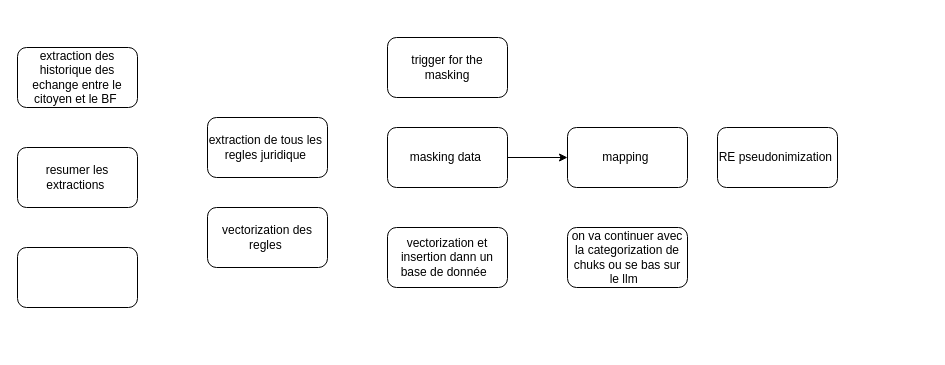
The draw.io diagram flux restante.drawio in sahar389/api_go, before the edit. Source tidied: cells renumbered, new cells numbered last; positions are measured from the earlier drawing's top-left corner, leaving out a move shared by most shapes. Both pictures are drawn from the tidied source at 100%, with x=0, y=0 at pixel (17, 37).
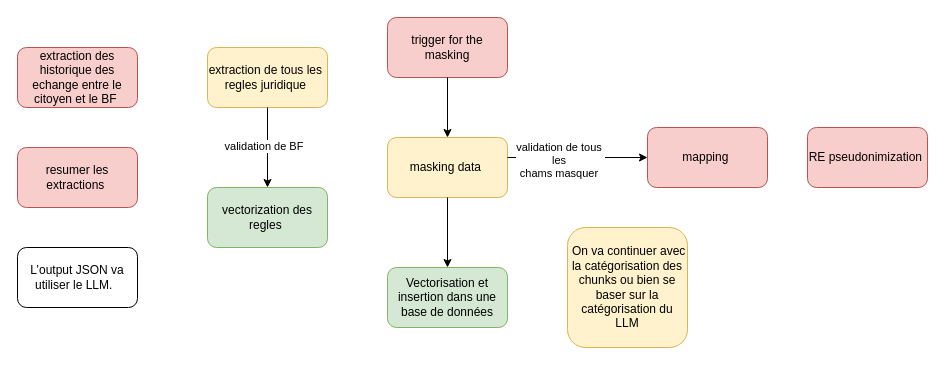
The same diagram, later.

The change refers to these unchanged cells:
```xml
<mxCell id="10" style="endArrow=classic;html=1;rounded=0;entryX=0;entryY=0.5;entryDx=0;entryDy=0;" parent="1" edge="1" target="6">
  <mxGeometry relative="1" as="geometry">
    <mxPoint x="490" y="120" as="sourcePoint" />
  </mxGeometry>
</mxCell>
```

What changed in the source:
```diff
@@
-    <mxCell id="2" value="masking data&amp;nbsp;" style="rounded=1;whiteSpace=wrap;html=1;" parent="1" vertex="1">
-      <mxGeometry x="370" y="90" width="120" height="60" as="geometry" />
+    <mxCell id="2" value="masking data&amp;nbsp;" style="rounded=1;whiteSpace=wrap;html=1;fillColor=#fff2cc;strokeColor=#d6b656;" parent="1" vertex="1">
+      <mxGeometry x="370" y="100" width="120" height="60" as="geometry" />
     </mxCell>
-    <mxCell id="3" value="vectorization et insertion dann un base de donnée&amp;nbsp;&amp;nbsp;" style="rounded=1;whiteSpace=wrap;html=1;" parent="1" vertex="1">
-      <mxGeometry x="370" y="190" width="120" height="60" as="geometry" />
+    <mxCell id="3" value="Vectorisation et insertion dans une base de données" style="rounded=1;whiteSpace=wrap;html=1;fillColor=#d5e8d4;strokeColor=#82b366;" parent="1" vertex="1">
+      <mxGeometry x="370" y="230" width="120" height="60" as="geometry" />
     </mxCell>
-    <mxCell id="4" value="extraction de tous les&amp;nbsp; regles juridique&amp;nbsp;" style="rounded=1;whiteSpace=wrap;html=1;" parent="1" vertex="1">
-      <mxGeometry x="190" y="80" width="120" height="60" as="geometry" />
+    <mxCell id="4" value="extraction de tous les&amp;nbsp; regles juridique&amp;nbsp;" style="rounded=1;whiteSpace=wrap;html=1;fillColor=#fff2cc;strokeColor=#d6b656;" parent="1" vertex="1">
+      <mxGeometry x="190" y="10" width="120" height="60" as="geometry" />
     </mxCell>
-    <mxCell id="5" value="trigger for the masking" style="rounded=1;whiteSpace=wrap;html=1;" parent="1" vertex="1">
-      <mxGeometry x="370" width="120" height="60" as="geometry" />
+    <mxCell id="5" value="trigger for the masking" style="rounded=1;whiteSpace=wrap;html=1;fillColor=#f8cecc;strokeColor=#b85450;" parent="1" vertex="1">
+      <mxGeometry x="370" y="-20" width="120" height="60" as="geometry" />
     </mxCell>
-    <mxCell id="6" value="mapping&amp;nbsp;" style="rounded=1;whiteSpace=wrap;html=1;" parent="1" vertex="1">
-      <mxGeometry x="550" y="90" width="120" height="60" as="geometry" />
+    <mxCell id="6" value="mapping&amp;nbsp;" style="rounded=1;whiteSpace=wrap;html=1;fillColor=#f8cecc;strokeColor=#b85450;" parent="1" vertex="1">
+      <mxGeometry x="630" y="90" width="120" height="60" as="geometry" />
     </mxCell>
-    <mxCell id="7" value="on va continuer avec la categorization de chuks ou se bas sur le llm&amp;nbsp;&amp;nbsp;" style="rounded=1;whiteSpace=wrap;html=1;" parent="1" vertex="1">
-      <mxGeometry x="550" y="190" width="120" height="60" as="geometry" />
+    <mxCell id="7" value="&amp;nbsp;On va continuer avec la catégorisation des chunks ou bien se baser sur la catégorisation du LLM" style="rounded=1;whiteSpace=wrap;html=1;fillColor=#fff2cc;strokeColor=#d6b656;" parent="1" vertex="1">
+      <mxGeometry x="550" y="190" width="120" height="120" as="geometry" />
     </mxCell>
-    <mxCell id="8" value="vectorization des regles&amp;nbsp;" style="rounded=1;whiteSpace=wrap;html=1;" parent="1" vertex="1">
-      <mxGeometry x="190" y="170" width="120" height="60" as="geometry" />
+    <mxCell id="8" value="vectorization des regles&amp;nbsp;" style="rounded=1;whiteSpace=wrap;html=1;fillColor=#d5e8d4;strokeColor=#82b366;" parent="1" vertex="1">
+      <mxGeometry x="190" y="150" width="120" height="60" as="geometry" />
     </mxCell>
-    <mxCell id="9" value="extraction des historique des echange entre le citoyen et le BF&amp;nbsp;" style="rounded=1;whiteSpace=wrap;html=1;" parent="1" vertex="1">
+    <mxCell id="9" value="extraction des historique des echange entre le citoyen et le BF&amp;nbsp;" style="rounded=1;whiteSpace=wrap;html=1;fillColor=#f8cecc;strokeColor=#b85450;" parent="1" vertex="1">
       <mxGeometry y="10" width="120" height="60" as="geometry" />
     </mxCell>
@@
+    <mxCell id="14" value="validation de tous&amp;nbsp;&lt;div&gt;les&amp;nbsp;&lt;div&gt;chams masquer&amp;nbsp;&lt;/div&gt;&lt;/div&gt;" style="edgeLabel;html=1;align=center;verticalAlign=middle;" parent="10" vertex="1">
+      <mxGeometry x="-0.26" y="-2" relative="1" as="geometry" />
+    </mxCell>
-    <mxCell id="11" value="resumer les extractions&amp;nbsp;" style="rounded=1;whiteSpace=wrap;html=1;" parent="1" vertex="1">
+    <mxCell id="11" value="resumer les extractions&amp;nbsp;" style="rounded=1;whiteSpace=wrap;html=1;fillColor=#f8cecc;strokeColor=#b85450;" parent="1" vertex="1">
       <mxGeometry y="110" width="120" height="60" as="geometry" />
     </mxCell>
-    <mxCell id="12" value="RE pseudonimization&amp;nbsp;" style="rounded=1;whiteSpace=wrap;html=1;" parent="1" vertex="1">
-      <mxGeometry x="700" y="90" width="120" height="60" as="geometry" />
+    <mxCell id="12" value="RE pseudonimization&amp;nbsp;" style="rounded=1;whiteSpace=wrap;html=1;fillColor=#f8cecc;strokeColor=#b85450;" parent="1" vertex="1">
+      <mxGeometry x="790" y="90" width="120" height="60" as="geometry" />
     </mxCell>
-    <mxCell id="13" style="rounded=1;whiteSpace=wrap;html=1;" parent="1" vertex="1">
+    <mxCell id="13" value="L’output JSON va utiliser le LLM. &amp;nbsp;" style="rounded=1;whiteSpace=wrap;html=1;" parent="1" vertex="1">
       <mxGeometry y="210" width="120" height="60" as="geometry" />
     </mxCell>
+    <mxCell id="15" style="endArrow=classic;html=1;rounded=0;entryX=0.5;entryY=0;entryDx=0;entryDy=0;" parent="1" edge="1" target="8">
+      <mxGeometry relative="1" as="geometry">
+        <mxPoint x="250" y="70" as="sourcePoint" />
+      </mxGeometry>
+    </mxCell>
+    <mxCell id="16" value="validation de BF&amp;nbsp;" style="edgeLabel;html=1;align=center;verticalAlign=middle;" parent="15" vertex="1">
+      <mxGeometry x="-0.06" y="-3" relative="1" as="geometry" />
+    </mxCell>
+    <mxCell id="17" style="endArrow=classic;html=1;rounded=0;" parent="1" edge="1" target="2">
+      <mxGeometry relative="1" as="geometry">
+        <mxPoint x="430" y="40" as="sourcePoint" />
+      </mxGeometry>
+    </mxCell>
+    <mxCell id="18" style="endArrow=classic;html=1;rounded=0;entryX=0.5;entryY=0;entryDx=0;entryDy=0;" parent="1" edge="1" target="3">
+      <mxGeometry relative="1" as="geometry">
+        <mxPoint x="430" y="160" as="sourcePoint" />
+      </mxGeometry>
+    </mxCell>
```
